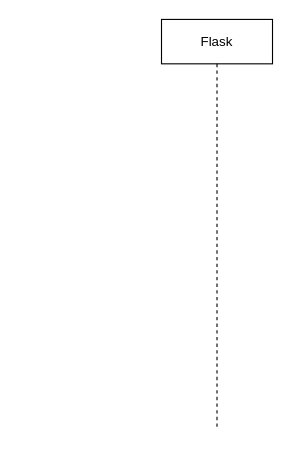
Above: flask_init.drawio in LoveXiaoLiu/drawio_collection (draw.io), before the change. Source tidied: cells renumbered, new cells numbered last; positions are measured from the earlier drawing's top-left corner, leaving out a move shared by most shapes. Both pictures are drawn from the tidied source at 111%, with x=0, y=0 at pixel (161, 19).
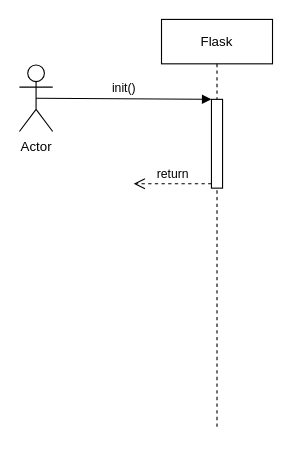
The same page after the edit.

The edit, as a diff of the source:
```diff
@@
 <mxGraphModel background="#ffffff">
   <root>
     <mxCell id="0" />
     <mxCell id="1" parent="0" />
     <mxCell id="2" value="Flask" style="shape=umlLifeline;perimeter=lifelinePerimeter;whiteSpace=wrap;html=1;" parent="1" vertex="1">
       <mxGeometry width="100" height="370" as="geometry" />
     </mxCell>
+    <mxCell id="3" style="html=1;points=[];perimeter=orthogonalPerimeter;" parent="2" vertex="1">
+      <mxGeometry x="45" y="72" width="10" height="80" as="geometry" />
+    </mxCell>
+    <mxCell id="4" value="return" style="html=1;verticalAlign=bottom;endArrow=open;dashed=1;endSize=8;exitX=0;exitY=0.95;" parent="2" edge="1" source="3">
+      <mxGeometry relative="1" as="geometry">
+        <mxPoint x="-25" y="148" as="targetPoint" />
+      </mxGeometry>
+    </mxCell>
+    <mxCell id="5" value="Actor" style="shape=umlActor;verticalLabelPosition=bottom;labelBackgroundColor=#ffffff;verticalAlign=top;html=1;" parent="1" vertex="1">
+      <mxGeometry x="-128" y="41" width="30" height="60" as="geometry" />
+    </mxCell>
+    <mxCell id="6" value="init()" style="html=1;verticalAlign=bottom;endArrow=block;entryX=0;entryY=0;exitX=0.5;exitY=0.5;exitDx=0;exitDy=0;exitPerimeter=0;" parent="1" edge="1" source="5" target="3">
+      <mxGeometry relative="1" as="geometry" />
+    </mxCell>
   </root>
 </mxGraphModel>
```
